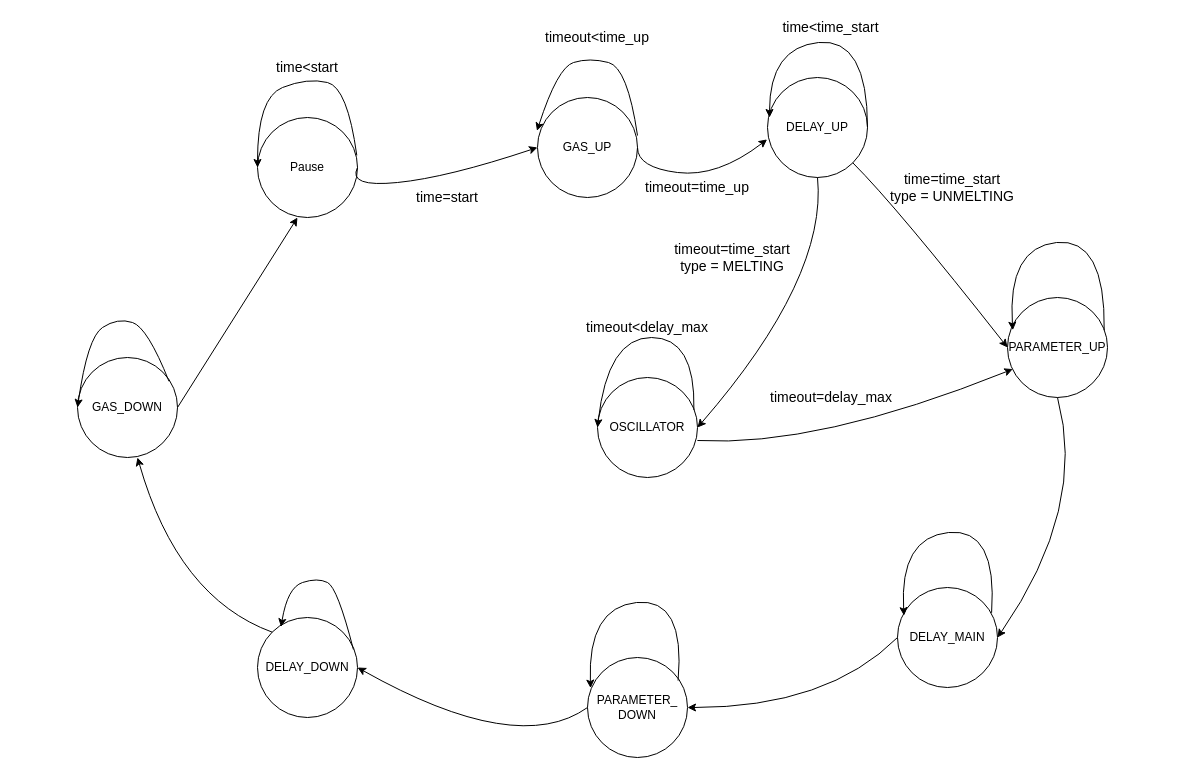
This is Untitled Diagram.drawio from Merfarion/Diagrams-and-schemes, a draw.io file, before an edit. Source tidied: cells renumbered, new cells numbered last; positions are measured from the earlier drawing's top-left corner, leaving out a move shared by most shapes. Both pictures are drawn from the tidied source at 100%, with x=0, y=0 at pixel (77, 17).
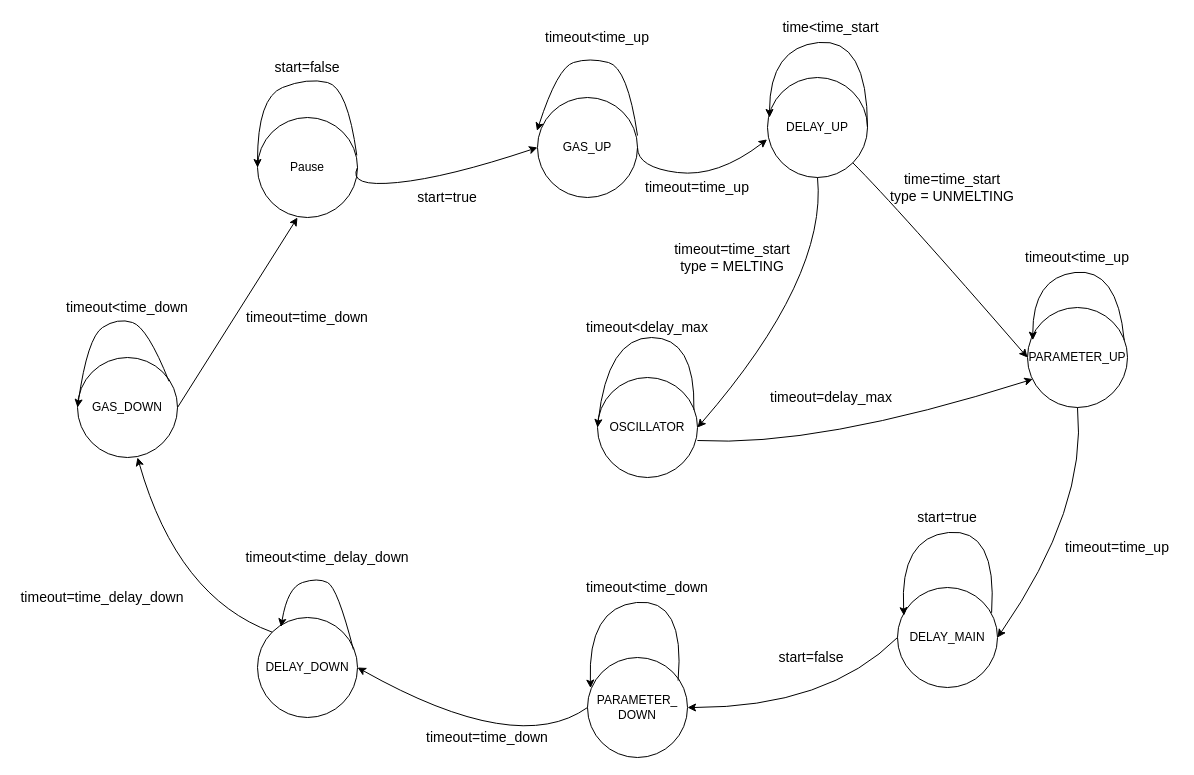
Above is the later version.

The edit, as a diff of the source:
```diff
@@
     <mxCell id="7" value="PARAMETER_UP" style="ellipse;whiteSpace=wrap;html=1;" parent="1" vertex="1">
-      <mxGeometry x="930" y="280" width="100" height="100" as="geometry" />
+      <mxGeometry x="950" y="290" width="100" height="100" as="geometry" />
     </mxCell>
@@
     <mxCell id="24" style="curved=1;endArrow=classic;html=1;entryX=0.053;entryY=0.327;entryDx=0;entryDy=0;exitX=0.967;exitY=0.327;exitDx=0;exitDy=0;exitPerimeter=0;entryPerimeter=0;" parent="1" edge="1" source="7" target="7">
       <mxGeometry relative="1" as="geometry">
         <Array as="points">
-          <mxPoint x="1028" y="220" />
-          <mxPoint x="930" y="230" />
+          <mxPoint x="1040" y="250" />
+          <mxPoint x="955" y="260" />
         </Array>
       </mxGeometry>
     </mxCell>
@@
-    <mxCell id="30" value="&lt;font style=&quot;font-size: 14px&quot;&gt;time&amp;lt;start&lt;/font&gt;" style="text;html=1;strokeColor=none;fillColor=none;align=center;verticalAlign=middle;whiteSpace=wrap;rounded=0;" parent="1" vertex="1">
+    <mxCell id="30" value="&lt;font style=&quot;font-size: 14px&quot;&gt;start=false&lt;/font&gt;" style="text;html=1;strokeColor=none;fillColor=none;align=center;verticalAlign=middle;whiteSpace=wrap;rounded=0;" parent="1" vertex="1">
       <mxGeometry x="190" y="40" width="80" height="20" as="geometry" />
     </mxCell>
-    <mxCell id="31" value="&lt;font style=&quot;font-size: 14px&quot;&gt;time=start&lt;/font&gt;" style="text;html=1;strokeColor=none;fillColor=none;align=center;verticalAlign=middle;whiteSpace=wrap;rounded=0;" parent="1" vertex="1">
+    <mxCell id="31" value="&lt;font style=&quot;font-size: 14px&quot;&gt;start=true&lt;/font&gt;" style="text;html=1;strokeColor=none;fillColor=none;align=center;verticalAlign=middle;whiteSpace=wrap;rounded=0;" parent="1" vertex="1">
       <mxGeometry x="330" y="170" width="80" height="20" as="geometry" />
     </mxCell>
@@
+    <mxCell id="39" value="&lt;font style=&quot;font-size: 14px&quot;&gt;timeout&amp;lt;time_up&lt;/font&gt;" style="text;html=1;strokeColor=none;fillColor=none;align=center;verticalAlign=middle;whiteSpace=wrap;rounded=0;" parent="1" vertex="1">
+      <mxGeometry x="940" y="230" width="120" height="20" as="geometry" />
+    </mxCell>
+    <mxCell id="40" value="&lt;font style=&quot;font-size: 14px&quot;&gt;timeout=time_up&lt;/font&gt;" style="text;html=1;strokeColor=none;fillColor=none;align=center;verticalAlign=middle;whiteSpace=wrap;rounded=0;" parent="1" vertex="1">
+      <mxGeometry x="980" y="520" width="120" height="20" as="geometry" />
+    </mxCell>
+    <mxCell id="41" value="&lt;font style=&quot;font-size: 14px&quot;&gt;start=true&lt;/font&gt;" style="text;html=1;strokeColor=none;fillColor=none;align=center;verticalAlign=middle;whiteSpace=wrap;rounded=0;" parent="1" vertex="1">
+      <mxGeometry x="830" y="490" width="80" height="20" as="geometry" />
+    </mxCell>
+    <mxCell id="42" value="&lt;font style=&quot;font-size: 14px&quot;&gt;start=false&lt;/font&gt;" style="text;html=1;strokeColor=none;fillColor=none;align=center;verticalAlign=middle;whiteSpace=wrap;rounded=0;" parent="1" vertex="1">
+      <mxGeometry x="693.5" y="630" width="80" height="20" as="geometry" />
+    </mxCell>
+    <mxCell id="43" value="&lt;font style=&quot;font-size: 14px&quot;&gt;timeout&amp;lt;time_down&lt;/font&gt;" style="text;html=1;strokeColor=none;fillColor=none;align=center;verticalAlign=middle;whiteSpace=wrap;rounded=0;" parent="1" vertex="1">
+      <mxGeometry x="510" y="560" width="120" height="20" as="geometry" />
+    </mxCell>
+    <mxCell id="44" value="&lt;font style=&quot;font-size: 14px&quot;&gt;timeout=time_down&lt;/font&gt;" style="text;html=1;strokeColor=none;fillColor=none;align=center;verticalAlign=middle;whiteSpace=wrap;rounded=0;" parent="1" vertex="1">
+      <mxGeometry x="350" y="710" width="120" height="20" as="geometry" />
+    </mxCell>
+    <mxCell id="45" value="&lt;font style=&quot;font-size: 14px&quot;&gt;timeout&amp;lt;time_delay_down&lt;/font&gt;" style="text;html=1;strokeColor=none;fillColor=none;align=center;verticalAlign=middle;whiteSpace=wrap;rounded=0;" parent="1" vertex="1">
+      <mxGeometry x="190" y="530" width="120" height="20" as="geometry" />
+    </mxCell>
+    <mxCell id="46" value="&lt;font style=&quot;font-size: 14px&quot;&gt;timeout=time_delay_down&lt;/font&gt;" style="text;html=1;strokeColor=none;fillColor=none;align=center;verticalAlign=middle;whiteSpace=wrap;rounded=0;" parent="1" vertex="1">
+      <mxGeometry x="-60" y="570" width="170" height="20" as="geometry" />
+    </mxCell>
+    <mxCell id="47" value="&lt;font style=&quot;font-size: 14px&quot;&gt;timeout&amp;lt;time_down&lt;/font&gt;" style="text;html=1;strokeColor=none;fillColor=none;align=center;verticalAlign=middle;whiteSpace=wrap;rounded=0;" parent="1" vertex="1">
+      <mxGeometry x="-10" y="280" width="120" height="20" as="geometry" />
+    </mxCell>
+    <mxCell id="48" value="&lt;font style=&quot;font-size: 14px&quot;&gt;timeout=time_down&lt;/font&gt;" style="text;html=1;strokeColor=none;fillColor=none;align=center;verticalAlign=middle;whiteSpace=wrap;rounded=0;" parent="1" vertex="1">
+      <mxGeometry x="170" y="290" width="120" height="20" as="geometry" />
+    </mxCell>
```
